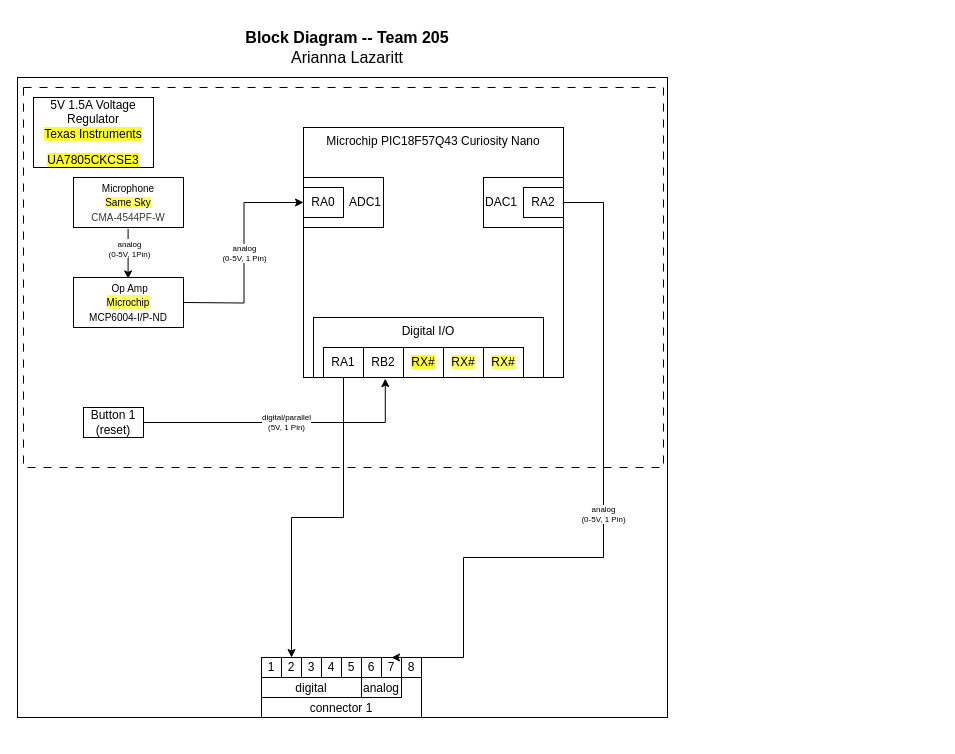
Before: docs/01-Block-Diagram/individual block diagram.drawio in alazaritt/alazaritt.github.io, a draw.io diagram. Source tidied: cells renumbered, new cells numbered last; positions are measured from the earlier drawing's top-left corner, leaving out a move shared by most shapes. Both pictures are drawn from the tidied source at 100%, with x=0, y=0 at pixel (17, 17).
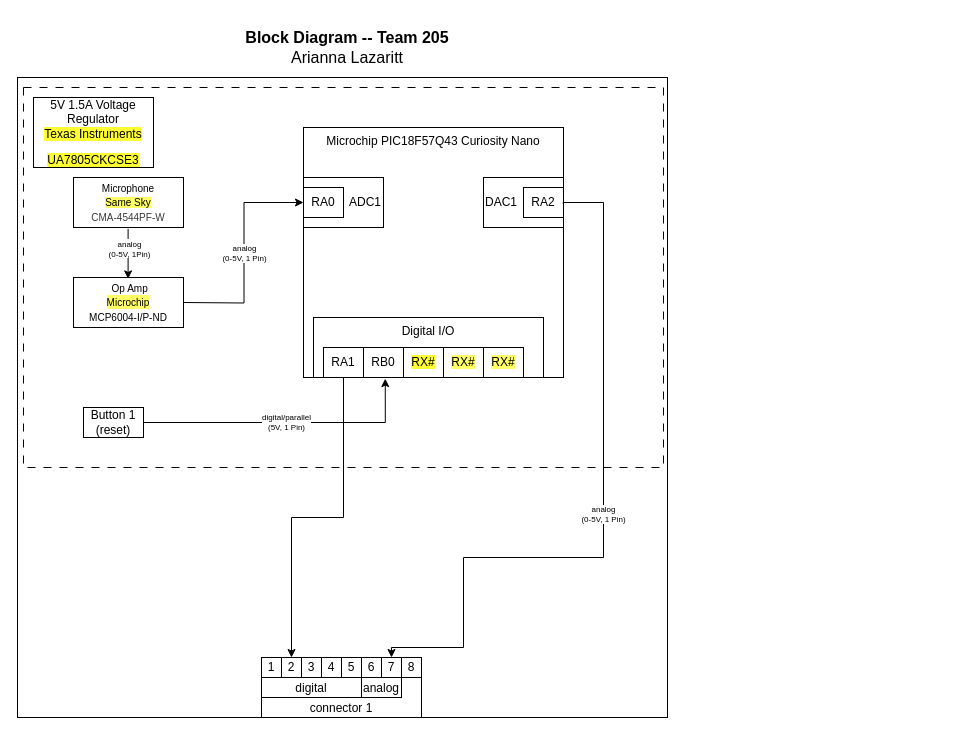
After the change.

Unchanged cells that the change refers to:
```xml
<mxCell id="2" style="group;" parent="1" vertex="1">
  <mxGeometry x="170" y="30" width="750" height="690" as="geometry" />
</mxCell>
<mxCell id="21" value="7" style="rounded=0;whiteSpace=wrap;html=1;" parent="11" vertex="1">
  <mxGeometry x="120" width="20" height="20" as="geometry" />
</mxCell>
<mxCell id="24" value="Microchip PIC18F57Q43 Curiosity Nano" style="rounded=0;whiteSpace=wrap;html=1;verticalAlign=top;fillColor=none;" parent="23" vertex="1">
  <mxGeometry width="260" height="250" as="geometry" />
</mxCell>
<mxCell id="27" style="group;" parent="23" vertex="1">
  <mxGeometry x="10" y="190" width="230" height="60" as="geometry" />
</mxCell>
```

The edit, as a diff of the source:
```diff
@@
-    <mxCell id="30" value="&lt;div&gt;RB2&lt;/div&gt;" style="rounded=0;whiteSpace=wrap;html=1;" parent="27" vertex="1">
+    <mxCell id="30" value="&lt;div&gt;RB0&lt;/div&gt;" style="rounded=0;whiteSpace=wrap;html=1;" parent="27" vertex="1">
       <mxGeometry x="50" y="30" width="40" height="30" as="geometry" />
     </mxCell>
@@
     <mxCell id="36" value="&lt;div&gt;analog&lt;/div&gt;&lt;div&gt;(0-5V,&amp;nbsp;1 Pin)&lt;/div&gt;" style="edgeStyle=orthogonalEdgeStyle;rounded=0;jettySize=auto;html=1;exitX=0.999;exitY=0.306;exitDx=0;exitDy=0;entryX=0.5;entryY=0;entryDx=0;entryDy=0;fontSize=8;exitPerimeter=0;" parent="2" edge="1" source="24" target="21">
       <mxGeometry relative="1" as="geometry">
         <Array as="points">
           <mxPoint x="376" y="155" />
           <mxPoint x="416" y="155" />
           <mxPoint x="416" y="510" />
           <mxPoint x="276" y="510" />
+          <mxPoint x="276" y="600" />
+          <mxPoint x="204" y="600" />
         </Array>
       </mxGeometry>
     </mxCell>
```
